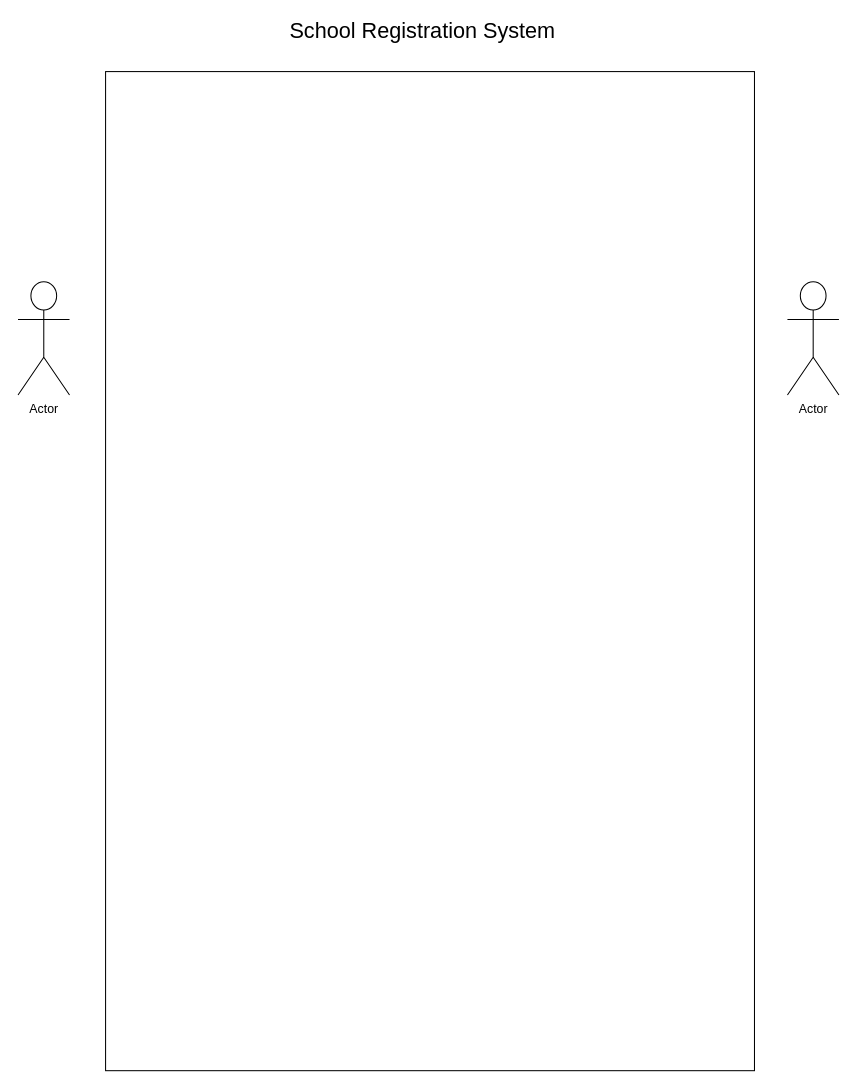
The draw.io diagram DAILY_JUSTIN_M03DB.drawio in TheJMan56/hello-world, before the edit. Source tidied: cells renumbered, new cells numbered last; positions are measured from the earlier drawing's top-left corner, leaving out a move shared by most shapes. Both pictures are drawn from the tidied source at 103%, with x=0, y=0 at pixel (18, 20).
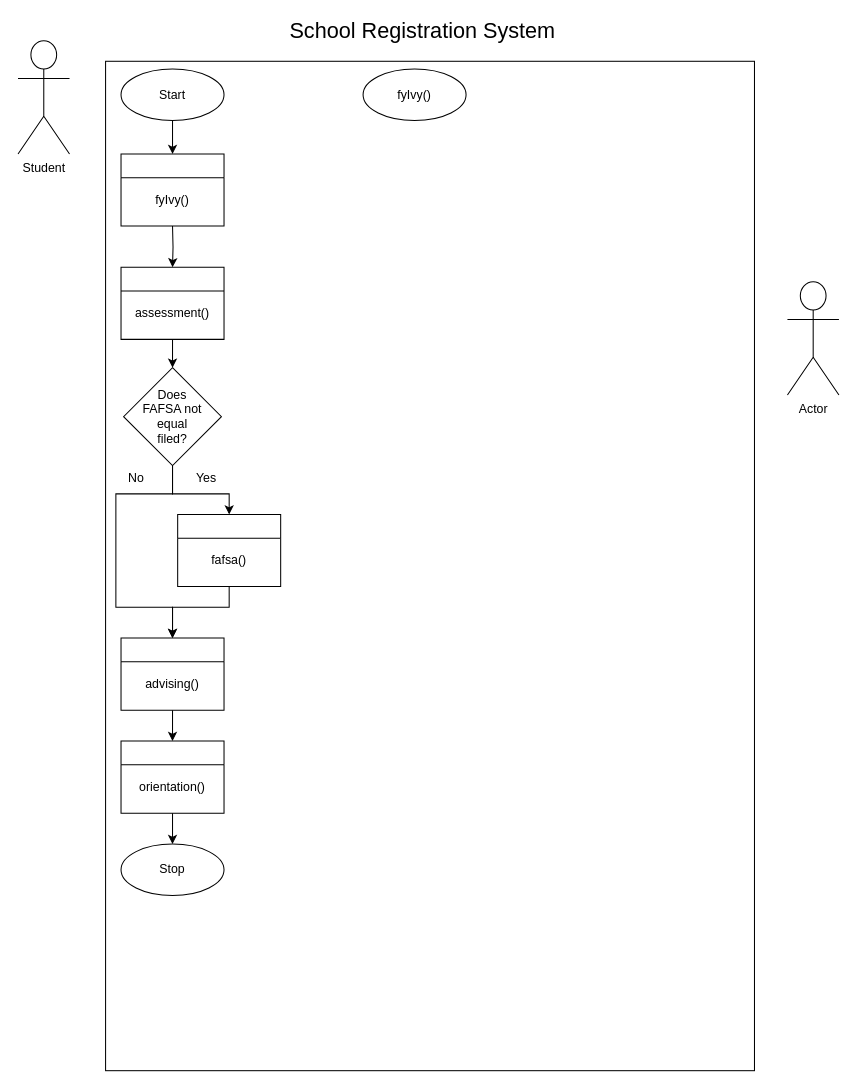
After the change.

Change to the diagram source:
```diff
@@
     <mxCell id="2" style="rounded=0;whiteSpace=wrap;html=1;" parent="1" vertex="1">
-      <mxGeometry x="85" y="50" width="630" height="970" as="geometry" />
+      <mxGeometry x="85" y="40" width="630" height="980" as="geometry" />
     </mxCell>
-    <mxCell id="3" value="Actor" style="shape=umlActor;verticalLabelPosition=bottom;labelBackgroundColor=#ffffff;verticalAlign=top;html=1;" parent="1" vertex="1">
-      <mxGeometry y="254" width="50" height="110" as="geometry" />
+    <mxCell id="3" value="Student" style="shape=umlActor;verticalLabelPosition=bottom;labelBackgroundColor=#ffffff;verticalAlign=top;html=1;" parent="1" vertex="1">
+      <mxGeometry y="20" width="50" height="110" as="geometry" />
     </mxCell>
@@
+    <mxCell id="6" style="ellipse;whiteSpace=wrap;html=1;rounded=1;" parent="1" vertex="1">
+      <mxGeometry x="100" y="47.5" width="100" height="50" as="geometry" />
+    </mxCell>
+    <mxCell id="7" style="ellipse;whiteSpace=wrap;html=1;rounded=1;" parent="1" vertex="1">
+      <mxGeometry x="100" y="800" width="100" height="50" as="geometry" />
+    </mxCell>
+    <mxCell id="8" style="edgeStyle=orthogonalEdgeStyle;rounded=0;jettySize=auto;html=1;entryX=0.5;entryY=0;entryDx=0;entryDy=0;exitX=0.5;exitY=1;exitDx=0;exitDy=0;" parent="1" edge="1" source="6" target="11">
+      <mxGeometry relative="1" as="geometry" />
+    </mxCell>
+    <mxCell id="9" value="Start" style="text;html=1;strokeColor=none;fillColor=none;align=center;verticalAlign=middle;whiteSpace=wrap;rounded=0;" parent="1" vertex="1">
+      <mxGeometry x="120" y="57.5" width="60" height="30" as="geometry" />
+    </mxCell>
+    <mxCell id="10" value="Stop" style="text;html=1;strokeColor=none;fillColor=none;align=center;verticalAlign=middle;whiteSpace=wrap;rounded=0;" parent="1" vertex="1">
+      <mxGeometry x="120" y="810" width="60" height="30" as="geometry" />
+    </mxCell>
+    <mxCell id="11" style="swimlane;" parent="1" vertex="1">
+      <mxGeometry x="100" y="130" width="100" height="70" as="geometry" />
+    </mxCell>
+    <mxCell id="12" value="fyIvy()" style="text;html=1;strokeColor=none;fillColor=none;align=center;verticalAlign=middle;whiteSpace=wrap;rounded=0;" parent="11" vertex="1">
+      <mxGeometry x="20" y="30" width="60" height="30" as="geometry" />
+    </mxCell>
+    <mxCell id="13" style="edgeStyle=orthogonalEdgeStyle;rounded=0;jettySize=auto;html=1;" parent="1" edge="1" source="14" target="26">
+      <mxGeometry relative="1" as="geometry" />
+    </mxCell>
+    <mxCell id="14" style="swimlane;" parent="1" vertex="1">
+      <mxGeometry x="100" y="240" width="100" height="70" as="geometry" />
+    </mxCell>
+    <mxCell id="15" value="assessment()" style="text;html=1;strokeColor=none;fillColor=none;align=center;verticalAlign=middle;whiteSpace=wrap;rounded=0;" parent="14" vertex="1">
+      <mxGeometry x="20" y="30" width="60" height="30" as="geometry" />
+    </mxCell>
+    <mxCell id="16" style="edgeStyle=orthogonalEdgeStyle;rounded=0;orthogonalLoop=1;jettySize=auto;html=1;" parent="1" edge="1">
+      <mxGeometry relative="1" as="geometry">
+        <mxPoint x="150" y="200" as="sourcePoint" />
+        <mxPoint x="150" y="240" as="targetPoint" />
+      </mxGeometry>
+    </mxCell>
+    <mxCell id="17" style="swimlane;" parent="1" vertex="1">
+      <mxGeometry x="155" y="480" width="100" height="70" as="geometry" />
+    </mxCell>
+    <mxCell id="18" value="fafsa()" style="text;html=1;strokeColor=none;fillColor=none;align=center;verticalAlign=middle;whiteSpace=wrap;rounded=0;" parent="17" vertex="1">
+      <mxGeometry x="20" y="30" width="60" height="30" as="geometry" />
+    </mxCell>
+    <mxCell id="19" style="edgeStyle=orthogonalEdgeStyle;rounded=0;jettySize=auto;html=1;entryX=0.5;entryY=0;entryDx=0;entryDy=0;" parent="1" edge="1" source="20" target="22">
+      <mxGeometry relative="1" as="geometry" />
+    </mxCell>
+    <mxCell id="20" style="swimlane;" parent="1" vertex="1">
+      <mxGeometry x="100" y="600" width="100" height="70" as="geometry" />
+    </mxCell>
+    <mxCell id="21" value="advising()" style="text;html=1;strokeColor=none;fillColor=none;align=center;verticalAlign=middle;whiteSpace=wrap;rounded=0;" parent="20" vertex="1">
+      <mxGeometry x="20" y="30" width="60" height="30" as="geometry" />
+    </mxCell>
+    <mxCell id="22" style="swimlane;" parent="1" vertex="1">
+      <mxGeometry x="100" y="700" width="100" height="70" as="geometry" />
+    </mxCell>
+    <mxCell id="23" value="orientation()" style="text;html=1;strokeColor=none;fillColor=none;align=center;verticalAlign=middle;whiteSpace=wrap;rounded=0;" parent="22" vertex="1">
+      <mxGeometry x="20" y="30" width="60" height="30" as="geometry" />
+    </mxCell>
+    <mxCell id="24" style="edgeStyle=orthogonalEdgeStyle;rounded=0;jettySize=auto;html=1;" parent="1" edge="1" source="26" target="17">
+      <mxGeometry relative="1" as="geometry">
+        <Array as="points">
+          <mxPoint x="150" y="460" />
+          <mxPoint x="205" y="460" />
+        </Array>
+      </mxGeometry>
+    </mxCell>
+    <mxCell id="25" style="edgeStyle=orthogonalEdgeStyle;rounded=0;jettySize=auto;html=1;exitX=0.5;exitY=1;exitDx=0;exitDy=0;entryX=0.5;entryY=0;entryDx=0;entryDy=0;" parent="1" edge="1" source="26" target="20">
+      <mxGeometry relative="1" as="geometry">
+        <Array as="points">
+          <mxPoint x="150" y="460" />
+          <mxPoint x="95" y="460" />
+          <mxPoint x="95" y="570" />
+          <mxPoint x="150" y="570" />
+        </Array>
+      </mxGeometry>
+    </mxCell>
+    <mxCell id="26" style="rhombus;whiteSpace=wrap;html=1;" parent="1" vertex="1">
+      <mxGeometry x="102.5" y="337.5" width="95" height="95" as="geometry" />
+    </mxCell>
+    <mxCell id="27" value="Does FAFSA not equal filed?" style="text;html=1;strokeColor=none;fillColor=none;align=center;verticalAlign=middle;whiteSpace=wrap;rounded=0;" parent="1" vertex="1">
+      <mxGeometry x="120" y="370" width="60" height="30" as="geometry" />
+    </mxCell>
+    <mxCell id="28" value="Yes" style="text;html=1;strokeColor=none;fillColor=none;align=center;verticalAlign=middle;whiteSpace=wrap;rounded=0;" parent="1" vertex="1">
+      <mxGeometry x="153" y="430" width="60" height="30" as="geometry" />
+    </mxCell>
+    <mxCell id="29" value="No" style="text;html=1;strokeColor=none;fillColor=none;align=center;verticalAlign=middle;whiteSpace=wrap;rounded=0;" parent="1" vertex="1">
+      <mxGeometry x="85" y="430" width="60" height="30" as="geometry" />
+    </mxCell>
+    <mxCell id="30" style="edgeStyle=orthogonalEdgeStyle;rounded=0;jettySize=auto;html=1;entryX=0.5;entryY=0;entryDx=0;entryDy=0;" parent="1" edge="1" target="20">
+      <mxGeometry relative="1" as="geometry">
+        <mxPoint x="230" y="550" as="sourcePoint" />
+        <Array as="points">
+          <mxPoint x="205" y="550" />
+          <mxPoint x="205" y="570" />
+          <mxPoint x="150" y="570" />
+        </Array>
+      </mxGeometry>
+    </mxCell>
+    <mxCell id="31" style="edgeStyle=orthogonalEdgeStyle;rounded=0;jettySize=auto;html=1;exitX=0.5;exitY=1;exitDx=0;exitDy=0;" parent="1" edge="1" source="22">
+      <mxGeometry relative="1" as="geometry">
+        <mxPoint x="150" y="800" as="targetPoint" />
+      </mxGeometry>
+    </mxCell>
+    <mxCell id="32" style="ellipse;whiteSpace=wrap;html=1;rounded=1;" parent="1" vertex="1">
+      <mxGeometry x="335" y="47.5" width="100" height="50" as="geometry" />
+    </mxCell>
+    <mxCell id="33" value="fyIvy()" style="text;html=1;strokeColor=none;fillColor=none;align=center;verticalAlign=middle;whiteSpace=wrap;rounded=0;" parent="1" vertex="1">
+      <mxGeometry x="355" y="57.5" width="60" height="30" as="geometry" />
+    </mxCell>
```
